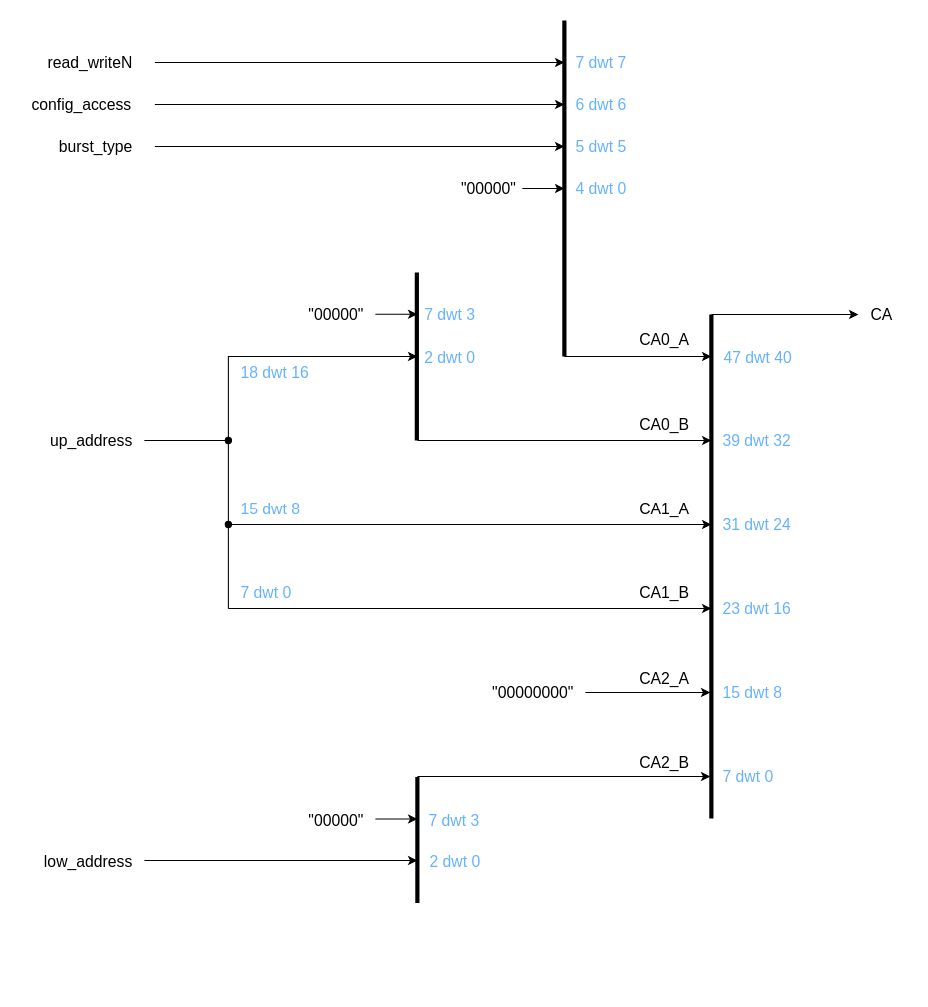
Before: page "CA_builder" (3 of 9) of hyperram_system/ip/avs_to_hram_converter/schematics/avs_to_hram_converter.drawio in AndreaBononi/Intel_Cyclone10LP_systems, a draw.io diagram. Source tidied: cells renumbered, new cells numbered last; positions are measured from the earlier drawing's top-left corner, leaving out a move shared by most shapes. Both pictures are drawn from the tidied source at 105%, with x=0, y=0 at pixel (18, 20).
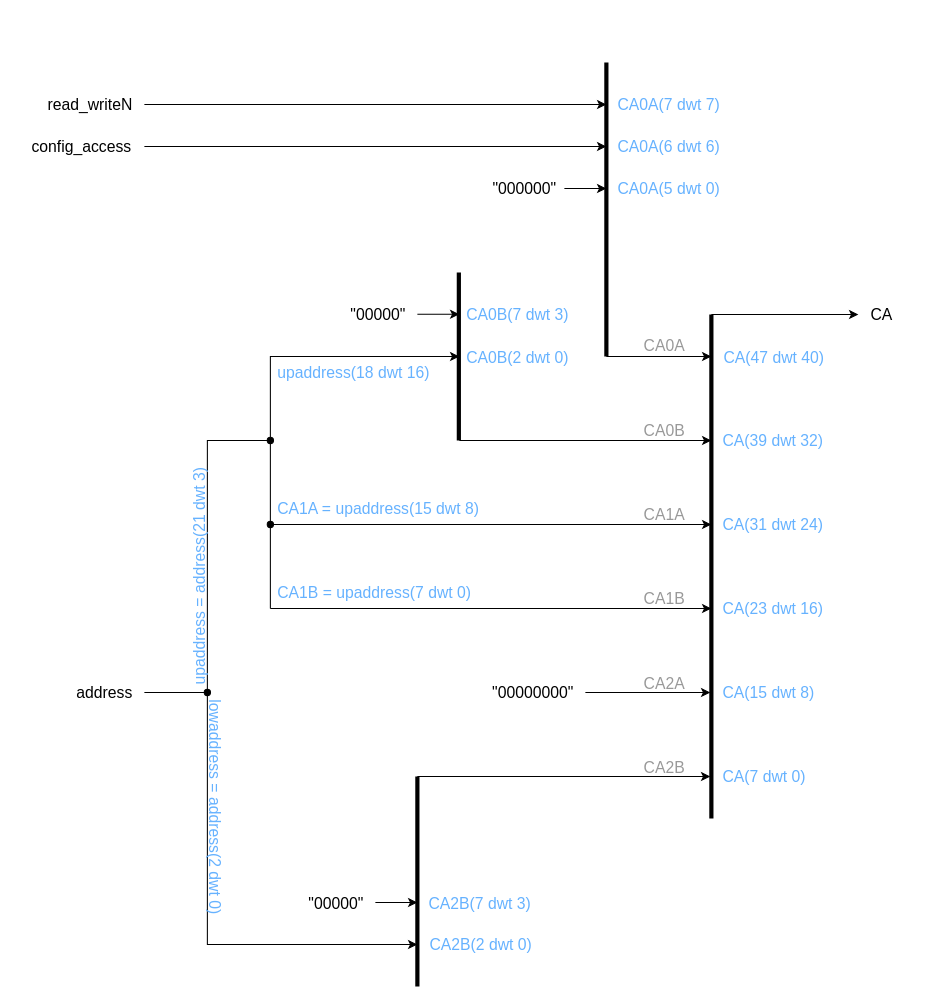
The same page after the edit.

Diff of the diagram source:
```diff
@@
     <mxCell id="2" style="edgeStyle=orthogonalEdgeStyle;rounded=0;orthogonalLoop=1;jettySize=auto;html=1;fontSize=15;" parent="1" edge="1">
       <mxGeometry relative="1" as="geometry">
-        <mxPoint x="130" y="40" as="sourcePoint" />
-        <mxPoint x="520" y="40" as="targetPoint" />
+        <mxPoint x="120" y="80" as="sourcePoint" />
+        <mxPoint x="560" y="80" as="targetPoint" />
         <Array as="points">
-          <mxPoint x="500" y="40.5" />
-          <mxPoint x="500" y="40.5" />
+          <mxPoint x="540" y="80.5" />
+          <mxPoint x="540" y="80.5" />
         </Array>
       </mxGeometry>
     </mxCell>
     <mxCell id="3" style="edgeStyle=orthogonalEdgeStyle;rounded=0;orthogonalLoop=1;jettySize=auto;html=1;" parent="1" edge="1">
       <mxGeometry relative="1" as="geometry">
-        <mxPoint x="130" y="80" as="sourcePoint" />
-        <mxPoint x="520" y="80" as="targetPoint" />
+        <mxPoint x="120" y="120" as="sourcePoint" />
+        <mxPoint x="560" y="120" as="targetPoint" />
       </mxGeometry>
     </mxCell>
-    <mxCell id="4" style="edgeStyle=orthogonalEdgeStyle;rounded=0;orthogonalLoop=1;jettySize=auto;html=1;" parent="1" edge="1">
-      <mxGeometry relative="1" as="geometry">
-        <mxPoint x="130" y="120" as="sourcePoint" />
-        <mxPoint x="520" y="120" as="targetPoint" />
-      </mxGeometry>
-    </mxCell>
     <mxCell id="5" style="edgeStyle=orthogonalEdgeStyle;rounded=0;orthogonalLoop=1;jettySize=auto;html=1;" parent="1" edge="1">
       <mxGeometry relative="1" as="geometry">
-        <mxPoint x="380" y="400" as="sourcePoint" />
+        <mxPoint x="420" y="400" as="sourcePoint" />
         <mxPoint x="660" y="400" as="targetPoint" />
         <Array as="points">
           <mxPoint x="440" y="400" />
         </Array>
       </mxGeometry>
     </mxCell>
-    <mxCell id="6" style="edgeStyle=orthogonalEdgeStyle;rounded=0;orthogonalLoop=1;jettySize=auto;html=1;" parent="1" edge="1">
+    <mxCell id="6" style="edgeStyle=orthogonalEdgeStyle;rounded=0;orthogonalLoop=1;jettySize=auto;html=1;startArrow=oval;startFill=1;" parent="1" edge="1">
       <mxGeometry relative="1" as="geometry">
-        <mxPoint x="120" y="800" as="sourcePoint" />
-        <mxPoint x="380" y="800" as="targetPoint" />
+        <mxPoint x="180" y="640" as="sourcePoint" />
+        <mxPoint x="380" y="880" as="targetPoint" />
+        <Array as="points">
+          <mxPoint x="180" y="880" />
+        </Array>
       </mxGeometry>
     </mxCell>
-    <mxCell id="7" value="5 dwt 5" style="text;html=1;align=left;verticalAlign=middle;strokeColor=none;fillColor=none;fontSize=15;fontColor=#66B2FF;" parent="1" vertex="1">
-      <mxGeometry x="529" y="105" width="70" height="30" as="geometry" />
-    </mxCell>
-    <mxCell id="8" value="4 dwt 0" style="text;html=1;align=left;verticalAlign=middle;strokeColor=none;fillColor=none;fontSize=15;fontColor=#66B2FF;" parent="1" vertex="1">
-      <mxGeometry x="529" y="145" width="70" height="30" as="geometry" />
+    <mxCell id="8" value="CA0A(5 dwt 0)" style="text;html=1;align=left;verticalAlign=middle;strokeColor=none;fillColor=none;fontSize=15;fontColor=#66B2FF;" parent="1" vertex="1">
+      <mxGeometry x="569" y="145" width="120" height="30" as="geometry" />
     </mxCell>
-    <mxCell id="9" value="18 dwt 16" style="text;html=1;align=left;verticalAlign=middle;strokeColor=none;fillColor=none;fontSize=15;rotation=0;fontColor=#66B2FF;" parent="1" vertex="1">
-      <mxGeometry x="210" y="320" width="90" height="30" as="geometry" />
+    <mxCell id="9" value="upaddress(18 dwt 16)" style="text;html=1;align=left;verticalAlign=middle;strokeColor=none;fillColor=none;fontSize=15;rotation=0;fontColor=#66B2FF;" parent="1" vertex="1">
+      <mxGeometry x="245" y="320" width="170" height="30" as="geometry" />
     </mxCell>
     <mxCell id="10" style="endArrow=none;html=1;rounded=0;" parent="1" edge="1">
       <mxGeometry relative="1" as="geometry">
-        <mxPoint x="200" y="560" as="sourcePoint" />
-        <mxPoint x="120" y="400" as="targetPoint" />
+        <mxPoint x="240" y="560" as="sourcePoint" />
+        <mxPoint x="120" y="640" as="targetPoint" />
         <Array as="points">
-          <mxPoint x="200" y="400" />
+          <mxPoint x="240" y="400" />
+          <mxPoint x="180" y="400" />
+          <mxPoint x="180" y="640" />
         </Array>
       </mxGeometry>
     </mxCell>
-    <mxCell id="11" value="15 dwt 8" style="text;html=1;align=left;verticalAlign=middle;strokeColor=none;fillColor=none;fontSize=15;rotation=0;fontColor=#66B2FF;" parent="1" vertex="1">
-      <mxGeometry x="210" y="450" width="80" height="30" as="geometry" />
+    <mxCell id="11" value="CA1A = upaddress(15 dwt 8)" style="text;html=1;align=left;verticalAlign=middle;strokeColor=none;fillColor=none;fontSize=15;rotation=0;fontColor=#66B2FF;" parent="1" vertex="1">
+      <mxGeometry x="245" y="450" width="220" height="30" as="geometry" />
     </mxCell>
     <mxCell id="12" style="edgeStyle=orthogonalEdgeStyle;rounded=0;orthogonalLoop=1;jettySize=auto;html=1;startArrow=oval;startFill=1;" parent="1" edge="1">
       <mxGeometry relative="1" as="geometry">
-        <mxPoint x="200" y="480" as="sourcePoint" />
+        <mxPoint x="240" y="480" as="sourcePoint" />
         <mxPoint x="660" y="480" as="targetPoint" />
         <Array as="points">
           <mxPoint x="490" y="480" />
           <mxPoint x="490" y="480" />
         </Array>
       </mxGeometry>
     </mxCell>
     <mxCell id="13" style="endArrow=none;html=1;rounded=0;strokeWidth=4;" parent="1" edge="1">
       <mxGeometry relative="1" as="geometry">
-        <mxPoint x="520" y="320" as="sourcePoint" />
-        <mxPoint x="520" as="targetPoint" />
+        <mxPoint x="560" y="320" as="sourcePoint" />
+        <mxPoint x="560" y="40" as="targetPoint" />
       </mxGeometry>
     </mxCell>
-    <mxCell id="14" value="6 dwt 6" style="text;html=1;align=left;verticalAlign=middle;strokeColor=none;fillColor=none;fontSize=15;fontColor=#66B2FF;" parent="1" vertex="1">
-      <mxGeometry x="529" y="65" width="70" height="30" as="geometry" />
+    <mxCell id="14" value="CA0A(6 dwt 6)" style="text;html=1;align=left;verticalAlign=middle;strokeColor=none;fillColor=none;fontSize=15;fontColor=#66B2FF;" parent="1" vertex="1">
+      <mxGeometry x="569" y="105" width="120" height="30" as="geometry" />
     </mxCell>
-    <mxCell id="15" value="7 dwt 7" style="text;html=1;align=left;verticalAlign=middle;strokeColor=none;fillColor=none;fontSize=15;fontColor=#66B2FF;" parent="1" vertex="1">
-      <mxGeometry x="529" y="25" width="70" height="30" as="geometry" />
+    <mxCell id="15" value="CA0A(7 dwt 7)" style="text;html=1;align=left;verticalAlign=middle;strokeColor=none;fillColor=none;fontSize=15;fontColor=#66B2FF;" parent="1" vertex="1">
+      <mxGeometry x="569" y="65" width="120" height="30" as="geometry" />
     </mxCell>
     <mxCell id="16" style="edgeStyle=orthogonalEdgeStyle;rounded=0;orthogonalLoop=1;jettySize=auto;html=1;" parent="1" edge="1">
       <mxGeometry relative="1" as="geometry">
-        <mxPoint x="200" y="560" as="sourcePoint" />
+        <mxPoint x="240" y="560" as="sourcePoint" />
         <mxPoint x="660" y="560" as="targetPoint" />
         <Array as="points">
           <mxPoint x="340" y="560" />
         </Array>
       </mxGeometry>
     </mxCell>
-    <mxCell id="17" value="7 dwt 0" style="text;html=1;align=left;verticalAlign=middle;strokeColor=none;fillColor=none;fontSize=15;rotation=0;fontColor=#66B2FF;" parent="1" vertex="1">
-      <mxGeometry x="210" y="530" width="70" height="30" as="geometry" />
+    <mxCell id="17" value="CA1B = upaddress(7 dwt 0)" style="text;html=1;align=left;verticalAlign=middle;strokeColor=none;fillColor=none;fontSize=15;rotation=0;fontColor=#66B2FF;" parent="1" vertex="1">
+      <mxGeometry x="245" y="530" width="210" height="30" as="geometry" />
     </mxCell>
@@
     <mxCell id="19" value="&quot;00000&quot;" style="text;html=1;align=right;verticalAlign=middle;strokeColor=none;fillColor=none;fontSize=15;" parent="1" vertex="1">
-      <mxGeometry x="250" y="746.5" width="80" height="30" as="geometry" />
+      <mxGeometry x="250" y="826" width="80" height="30" as="geometry" />
     </mxCell>
     <mxCell id="20" style="endArrow=classic;html=1;rounded=0;" parent="1" edge="1">
       <mxGeometry relative="1" as="geometry">
-        <mxPoint x="340" y="760.5" as="sourcePoint" />
-        <mxPoint x="380" y="760.5" as="targetPoint" />
+        <mxPoint x="340" y="840" as="sourcePoint" />
+        <mxPoint x="380" y="840" as="targetPoint" />
       </mxGeometry>
     </mxCell>
     <mxCell id="21" style="endArrow=none;html=1;rounded=0;strokeWidth=4;" parent="1" edge="1">
       <mxGeometry relative="1" as="geometry">
-        <mxPoint x="380" y="840.5" as="sourcePoint" />
-        <mxPoint x="380" y="720.5" as="targetPoint" />
+        <mxPoint x="380" y="920" as="sourcePoint" />
+        <mxPoint x="380" y="720" as="targetPoint" />
       </mxGeometry>
     </mxCell>
     <mxCell id="22" style="endArrow=classic;html=1;rounded=0;" parent="1" edge="1">
       <mxGeometry relative="1" as="geometry">
-        <mxPoint x="520" y="320" as="sourcePoint" />
+        <mxPoint x="560" y="320" as="sourcePoint" />
         <mxPoint x="660" y="320" as="targetPoint" />
       </mxGeometry>
     </mxCell>
@@
-    <mxCell id="25" value="CA0_A" style="text;html=1;align=center;verticalAlign=middle;strokeColor=none;fillColor=none;fontSize=15;" parent="1" vertex="1">
-      <mxGeometry x="580" y="288.8" width="70" height="30" as="geometry" />
+    <mxCell id="25" value="CA0A" style="text;html=1;align=center;verticalAlign=middle;strokeColor=none;fillColor=none;fontSize=15;fontColor=#999999;" parent="1" vertex="1">
+      <mxGeometry x="585" y="293.8" width="60" height="30" as="geometry" />
     </mxCell>
     <mxCell id="26" value="read_writeN" style="text;html=1;align=right;verticalAlign=middle;strokeColor=none;fillColor=none;rotation=0;fontSize=15;" parent="1" vertex="1">
-      <mxGeometry x="10" y="25" width="100" height="30" as="geometry" />
+      <mxGeometry x="10" y="65" width="100" height="30" as="geometry" />
     </mxCell>
-    <mxCell id="27" value="burst_type" style="text;html=1;align=right;verticalAlign=middle;strokeColor=none;fillColor=none;rotation=0;fontSize=15;" parent="1" vertex="1">
-      <mxGeometry x="20" y="105" width="90" height="30" as="geometry" />
-    </mxCell>
-    <mxCell id="28" value="2 dwt 0" style="text;html=1;align=left;verticalAlign=middle;strokeColor=none;fillColor=none;fontSize=15;rotation=0;fontColor=#66B2FF;" parent="1" vertex="1">
-      <mxGeometry x="389.5" y="785.5" width="70" height="30" as="geometry" />
+    <mxCell id="28" value="CA2B(2 dwt 0)" style="text;html=1;align=left;verticalAlign=middle;strokeColor=none;fillColor=none;fontSize=15;rotation=0;fontColor=#66B2FF;" parent="1" vertex="1">
+      <mxGeometry x="389.5" y="865" width="120" height="30" as="geometry" />
     </mxCell>
-    <mxCell id="29" value="7 dwt 3" style="text;html=1;align=left;verticalAlign=middle;strokeColor=none;fillColor=none;fontSize=15;rotation=0;fontColor=#66B2FF;" parent="1" vertex="1">
-      <mxGeometry x="388.5" y="746.5" width="70" height="30" as="geometry" />
+    <mxCell id="29" value="CA2B(7 dwt 3)" style="text;html=1;align=left;verticalAlign=middle;strokeColor=none;fillColor=none;fontSize=15;rotation=0;fontColor=#66B2FF;" parent="1" vertex="1">
+      <mxGeometry x="388.5" y="826" width="120" height="30" as="geometry" />
     </mxCell>
     <mxCell id="30" value="&quot;00000&quot;" style="text;html=1;align=right;verticalAlign=middle;strokeColor=none;fillColor=none;fontSize=15;" parent="1" vertex="1">
-      <mxGeometry x="250" y="265.2" width="80" height="30" as="geometry" />
+      <mxGeometry x="290" y="265.2" width="80" height="30" as="geometry" />
     </mxCell>
-    <mxCell id="31" value="&quot;00000&quot;" style="text;html=1;align=left;verticalAlign=middle;strokeColor=none;fillColor=none;fontSize=15;" parent="1" vertex="1">
-      <mxGeometry x="420" y="145" width="80" height="30" as="geometry" />
+    <mxCell id="31" value="&quot;000000&quot;" style="text;html=1;align=left;verticalAlign=middle;strokeColor=none;fillColor=none;fontSize=15;" parent="1" vertex="1">
+      <mxGeometry x="450" y="145" width="80" height="30" as="geometry" />
     </mxCell>
     <mxCell id="32" style="edgeStyle=orthogonalEdgeStyle;rounded=0;orthogonalLoop=1;jettySize=auto;html=1;fontSize=15;" parent="1" edge="1">
       <mxGeometry relative="1" as="geometry">
-        <mxPoint x="480" y="160" as="sourcePoint" />
-        <mxPoint x="520" y="160" as="targetPoint" />
+        <mxPoint x="520" y="160" as="sourcePoint" />
+        <mxPoint x="560" y="160" as="targetPoint" />
         <Array as="points">
-          <mxPoint x="499.5" y="159.8" />
-          <mxPoint x="499.5" y="159.8" />
+          <mxPoint x="539.5" y="159.8" />
+          <mxPoint x="539.5" y="159.8" />
         </Array>
       </mxGeometry>
     </mxCell>
     <mxCell id="33" style="endArrow=classic;html=1;rounded=0;startArrow=oval;startFill=1;" parent="1" edge="1">
       <mxGeometry relative="1" as="geometry">
-        <mxPoint x="200" y="400" as="sourcePoint" />
-        <mxPoint x="380" y="320" as="targetPoint" />
+        <mxPoint x="240" y="400" as="sourcePoint" />
+        <mxPoint x="420" y="320" as="targetPoint" />
         <Array as="points">
-          <mxPoint x="200" y="320" />
+          <mxPoint x="240" y="320" />
         </Array>
       </mxGeometry>
     </mxCell>
     <mxCell id="34" style="endArrow=classic;html=1;rounded=0;" parent="1" edge="1">
       <mxGeometry relative="1" as="geometry">
-        <mxPoint x="340" y="279.8" as="sourcePoint" />
-        <mxPoint x="380" y="279.8" as="targetPoint" />
+        <mxPoint x="380" y="279.8" as="sourcePoint" />
+        <mxPoint x="420" y="279.8" as="targetPoint" />
       </mxGeometry>
     </mxCell>
     <mxCell id="35" style="endArrow=none;html=1;rounded=0;strokeWidth=4;" parent="1" edge="1">
       <mxGeometry relative="1" as="geometry">
-        <mxPoint x="379.5" y="400" as="sourcePoint" />
-        <mxPoint x="379.5" y="240" as="targetPoint" />
+        <mxPoint x="419.5" y="400" as="sourcePoint" />
+        <mxPoint x="419.5" y="240" as="targetPoint" />
       </mxGeometry>
     </mxCell>
-    <mxCell id="36" value="CA0_B" style="text;html=1;align=center;verticalAlign=middle;strokeColor=none;fillColor=none;fontSize=15;" parent="1" vertex="1">
-      <mxGeometry x="580" y="370" width="70" height="30" as="geometry" />
+    <mxCell id="36" value="CA0B" style="text;html=1;align=center;verticalAlign=middle;strokeColor=none;fillColor=none;fontSize=15;fontColor=#999999;" parent="1" vertex="1">
+      <mxGeometry x="585" y="375" width="60" height="30" as="geometry" />
     </mxCell>
-    <mxCell id="37" value="CA1_A" style="text;html=1;align=center;verticalAlign=middle;strokeColor=none;fillColor=none;fontSize=15;" parent="1" vertex="1">
-      <mxGeometry x="580" y="450" width="70" height="30" as="geometry" />
+    <mxCell id="37" value="CA1A" style="text;html=1;align=center;verticalAlign=middle;strokeColor=none;fillColor=none;fontSize=15;fontColor=#999999;" parent="1" vertex="1">
+      <mxGeometry x="585" y="455" width="60" height="30" as="geometry" />
     </mxCell>
-    <mxCell id="38" value="CA1_B" style="text;html=1;align=center;verticalAlign=middle;strokeColor=none;fillColor=none;fontSize=15;" parent="1" vertex="1">
-      <mxGeometry x="580" y="530" width="70" height="30" as="geometry" />
+    <mxCell id="38" value="CA1B" style="text;html=1;align=center;verticalAlign=middle;strokeColor=none;fillColor=none;fontSize=15;fontColor=#999999;" parent="1" vertex="1">
+      <mxGeometry x="585" y="535" width="60" height="30" as="geometry" />
     </mxCell>
-    <mxCell id="39" value="CA2_A" style="text;html=1;align=center;verticalAlign=middle;strokeColor=none;fillColor=none;fontSize=15;" parent="1" vertex="1">
-      <mxGeometry x="580" y="611" width="70" height="30" as="geometry" />
+    <mxCell id="39" value="CA2A" style="text;html=1;align=center;verticalAlign=middle;strokeColor=none;fillColor=none;fontSize=15;fontColor=#999999;" parent="1" vertex="1">
+      <mxGeometry x="585" y="616" width="60" height="30" as="geometry" />
     </mxCell>
-    <mxCell id="40" value="CA2_B" style="text;html=1;align=center;verticalAlign=middle;strokeColor=none;fillColor=none;fontSize=15;" parent="1" vertex="1">
-      <mxGeometry x="580" y="690.5" width="70" height="30" as="geometry" />
+    <mxCell id="40" value="CA2B" style="text;html=1;align=center;verticalAlign=middle;strokeColor=none;fillColor=none;fontSize=15;fontColor=#999999;" parent="1" vertex="1">
+      <mxGeometry x="585" y="695.5" width="60" height="30" as="geometry" />
     </mxCell>
@@
-    <mxCell id="43" value="7 dwt 0" style="text;html=1;align=left;verticalAlign=middle;strokeColor=none;fillColor=none;fontSize=15;fontColor=#66B2FF;" parent="1" vertex="1">
-      <mxGeometry x="669" y="705" width="70" height="30" as="geometry" />
+    <mxCell id="43" value="CA(7 dwt 0)" style="text;html=1;align=left;verticalAlign=middle;strokeColor=none;fillColor=none;fontSize=15;fontColor=#66B2FF;" parent="1" vertex="1">
+      <mxGeometry x="669" y="705" width="100" height="30" as="geometry" />
     </mxCell>
-    <mxCell id="44" value="15 dwt 8" style="text;html=1;align=left;verticalAlign=middle;strokeColor=none;fillColor=none;fontSize=15;fontColor=#66B2FF;" parent="1" vertex="1">
-      <mxGeometry x="669" y="625" width="80" height="30" as="geometry" />
+    <mxCell id="44" value="CA(15 dwt 8)" style="text;html=1;align=left;verticalAlign=middle;strokeColor=none;fillColor=none;fontSize=15;fontColor=#66B2FF;" parent="1" vertex="1">
+      <mxGeometry x="669" y="625" width="110" height="30" as="geometry" />
     </mxCell>
-    <mxCell id="45" value="23 dwt 16" style="text;html=1;align=left;verticalAlign=middle;strokeColor=none;fillColor=none;fontSize=15;fontColor=#66B2FF;" parent="1" vertex="1">
-      <mxGeometry x="669" y="545.2" width="90" height="30" as="geometry" />
+    <mxCell id="45" value="CA(23 dwt 16)" style="text;html=1;align=left;verticalAlign=middle;strokeColor=none;fillColor=none;fontSize=15;fontColor=#66B2FF;" parent="1" vertex="1">
+      <mxGeometry x="669" y="545.2" width="120" height="30" as="geometry" />
     </mxCell>
-    <mxCell id="46" value="31 dwt 24" style="text;html=1;align=left;verticalAlign=middle;strokeColor=none;fillColor=none;fontSize=15;fontColor=#66B2FF;" parent="1" vertex="1">
-      <mxGeometry x="669" y="464.5" width="90" height="30" as="geometry" />
+    <mxCell id="46" value="CA(31 dwt 24)" style="text;html=1;align=left;verticalAlign=middle;strokeColor=none;fillColor=none;fontSize=15;fontColor=#66B2FF;" parent="1" vertex="1">
+      <mxGeometry x="669" y="464.5" width="120" height="30" as="geometry" />
     </mxCell>
-    <mxCell id="47" value="39 dwt 32" style="text;html=1;align=left;verticalAlign=middle;strokeColor=none;fillColor=none;fontSize=15;fontColor=#66B2FF;" parent="1" vertex="1">
-      <mxGeometry x="669" y="385" width="90" height="30" as="geometry" />
+    <mxCell id="47" value="CA(39 dwt 32)" style="text;html=1;align=left;verticalAlign=middle;strokeColor=none;fillColor=none;fontSize=15;fontColor=#66B2FF;" parent="1" vertex="1">
+      <mxGeometry x="669" y="385" width="120" height="30" as="geometry" />
     </mxCell>
-    <mxCell id="48" value="47 dwt 40" style="text;html=1;align=left;verticalAlign=middle;strokeColor=none;fillColor=none;fontSize=15;fontColor=#66B2FF;" parent="1" vertex="1">
-      <mxGeometry x="670" y="306.2" width="90" height="30" as="geometry" />
+    <mxCell id="48" value="CA(47 dwt 40)" style="text;html=1;align=left;verticalAlign=middle;strokeColor=none;fillColor=none;fontSize=15;fontColor=#66B2FF;" parent="1" vertex="1">
+      <mxGeometry x="670" y="306.2" width="120" height="30" as="geometry" />
     </mxCell>
-    <mxCell id="49" value="2 dwt 0" style="text;html=1;align=left;verticalAlign=middle;strokeColor=none;fillColor=none;fontSize=15;rotation=0;fontColor=#66B2FF;" parent="1" vertex="1">
-      <mxGeometry x="384.5" y="306" width="70" height="30" as="geometry" />
+    <mxCell id="49" value="CA0B(2 dwt 0)" style="text;html=1;align=left;verticalAlign=middle;strokeColor=none;fillColor=none;fontSize=15;rotation=0;fontColor=#66B2FF;" parent="1" vertex="1">
+      <mxGeometry x="424.5" y="306" width="120" height="30" as="geometry" />
     </mxCell>
-    <mxCell id="50" value="7 dwt 3" style="text;html=1;align=left;verticalAlign=middle;strokeColor=none;fillColor=none;fontSize=15;rotation=0;fontColor=#66B2FF;" parent="1" vertex="1">
-      <mxGeometry x="384.5" y="265.2" width="70" height="30" as="geometry" />
+    <mxCell id="50" value="CA0B(7 dwt 3)" style="text;html=1;align=left;verticalAlign=middle;strokeColor=none;fillColor=none;fontSize=15;rotation=0;fontColor=#66B2FF;" parent="1" vertex="1">
+      <mxGeometry x="424.5" y="265.2" width="120" height="30" as="geometry" />
     </mxCell>
-    <mxCell id="51" value="up_address" style="text;html=1;align=right;verticalAlign=middle;strokeColor=none;fillColor=none;fontSize=15;rotation=0;" parent="1" vertex="1">
-      <mxGeometry x="10" y="385" width="100" height="30" as="geometry" />
+    <mxCell id="51" value="address" style="text;html=1;align=right;verticalAlign=middle;strokeColor=none;fillColor=none;fontSize=15;rotation=0;" parent="1" vertex="1">
+      <mxGeometry x="30" y="625" width="80" height="30" as="geometry" />
     </mxCell>
-    <mxCell id="52" value="low_address" style="text;html=1;align=right;verticalAlign=middle;strokeColor=none;fillColor=none;fontSize=15;rotation=0;" parent="1" vertex="1">
-      <mxGeometry y="785.5" width="110" height="30" as="geometry" />
-    </mxCell>
@@
     <mxCell id="54" value="&lt;font style=&quot;font-size: 15px;&quot;&gt;config_access&lt;/font&gt;" style="text;html=1;strokeColor=none;fillColor=none;align=right;verticalAlign=middle;whiteSpace=wrap;rounded=0;" parent="1" vertex="1">
-      <mxGeometry x="10" y="65" width="100" height="30" as="geometry" />
+      <mxGeometry x="10" y="105" width="100" height="30" as="geometry" />
     </mxCell>
+    <mxCell id="55" value="&lt;font style=&quot;font-size: 15px;&quot;&gt;upaddress = address(&lt;font style=&quot;font-size: 15px;&quot;&gt;21 dwt 3)&lt;/font&gt;&lt;/font&gt;" style="text;html=1;align=left;verticalAlign=middle;strokeColor=none;fillColor=none;fontSize=20;rotation=-90;fontColor=#66B2FF;" parent="1" vertex="1">
+      <mxGeometry x="55" y="500" width="230" height="40" as="geometry" />
+    </mxCell>
+    <mxCell id="56" value="&lt;font style=&quot;font-size: 15px;&quot;&gt;lowaddress = address(&lt;font style=&quot;font-size: 15px;&quot;&gt;2 dwt 0)&lt;/font&gt;&lt;/font&gt;" style="text;html=1;align=left;verticalAlign=middle;strokeColor=none;fillColor=none;fontSize=20;rotation=90;fontColor=#66B2FF;" parent="1" vertex="1">
+      <mxGeometry x="75" y="740" width="230" height="40" as="geometry" />
+    </mxCell>
```
